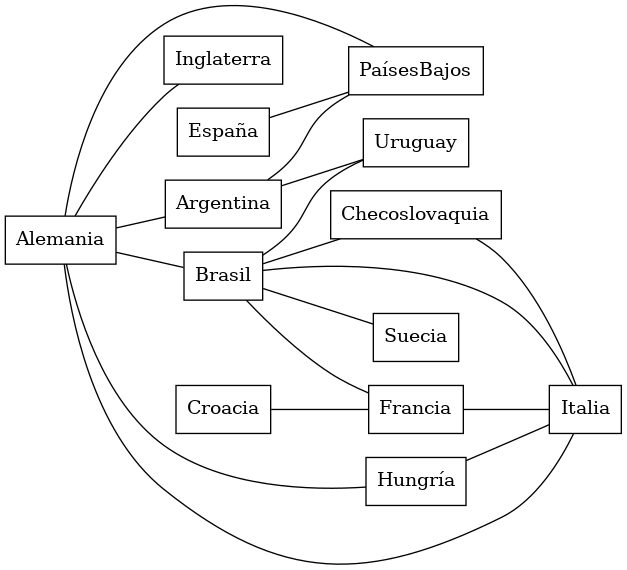
luisferuam/edyl-graph keeps this Graphviz diagram as test2.gv.png. Above is the earlier version. Its source is kept beside it as test2.gv.
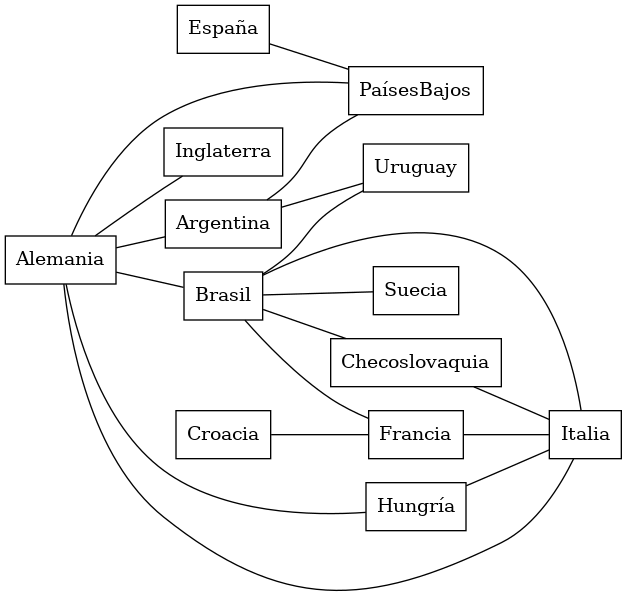
Above is the later version.

Change to the diagram source:
```diff
@@ -1,36 +1,36 @@
 graph {
   rankdir=LR;
 
-  Alemania[shape=box]
+  Brasil[shape=box]
   Uruguay[shape=box]
-  Suecia[shape=box]
-  Argentina[shape=box]
-  España[shape=box]
   Checoslovaquia[shape=box]
   Hungría[shape=box]
   Croacia[shape=box]
+  España[shape=box]
+  PaísesBajos[shape=box]
+  Italia[shape=box]
+  Argentina[shape=box]
+  Francia[shape=box]
   Inglaterra[shape=box]
-  Francia[shape=box]
-  Italia[shape=box]
-  PaísesBajos[shape=box]
-  Brasil[shape=box]
+  Alemania[shape=box]
+  Suecia[shape=box]
 
+  Brasil -- Suecia
+  Alemania -- Italia
+  Alemania -- PaísesBajos
+  Francia -- Italia
+  Alemania -- Argentina
   Alemania -- Hungría
+  Argentina -- Uruguay
+  Argentina -- PaísesBajos
+  Croacia -- Francia
+  Brasil -- Francia
   Checoslovaquia -- Italia
-  Alemania -- Italia
-  Brasil -- Suecia
-  Brasil -- Italia
-  Croacia -- Francia
+  Alemania -- Inglaterra
   Brasil -- Checoslovaquia
-  Alemania -- PaísesBajos
+  Alemania -- Brasil
   España -- PaísesBajos
-  Argentina -- Uruguay
-  Alemania -- Argentina
-  Brasil -- Francia
-  Alemania -- Inglaterra
-  Francia -- Italia
-  Argentina -- PaísesBajos
   Brasil -- Uruguay
   Hungría -- Italia
-  Alemania -- Brasil
+  Brasil -- Italia
 }
```
